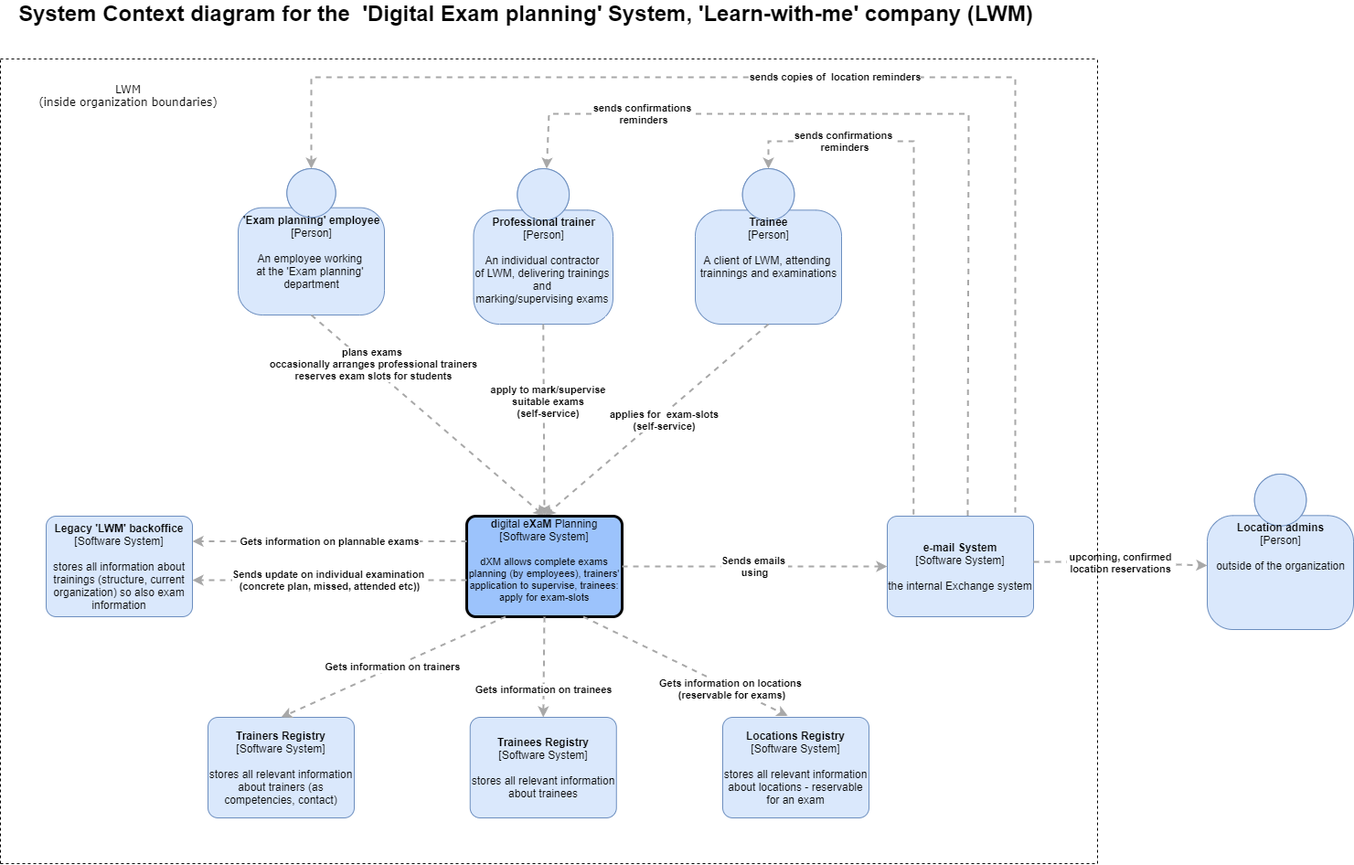
Before: system-context-diagram-dxm.png, a diagram exported from draw.io (andreea-anastasescu/school-of-architecture). Source tidied: cells renumbered, new cells last; positions are measured from the earlier drawing's top-left corner, leaving out a move shared by most shapes.
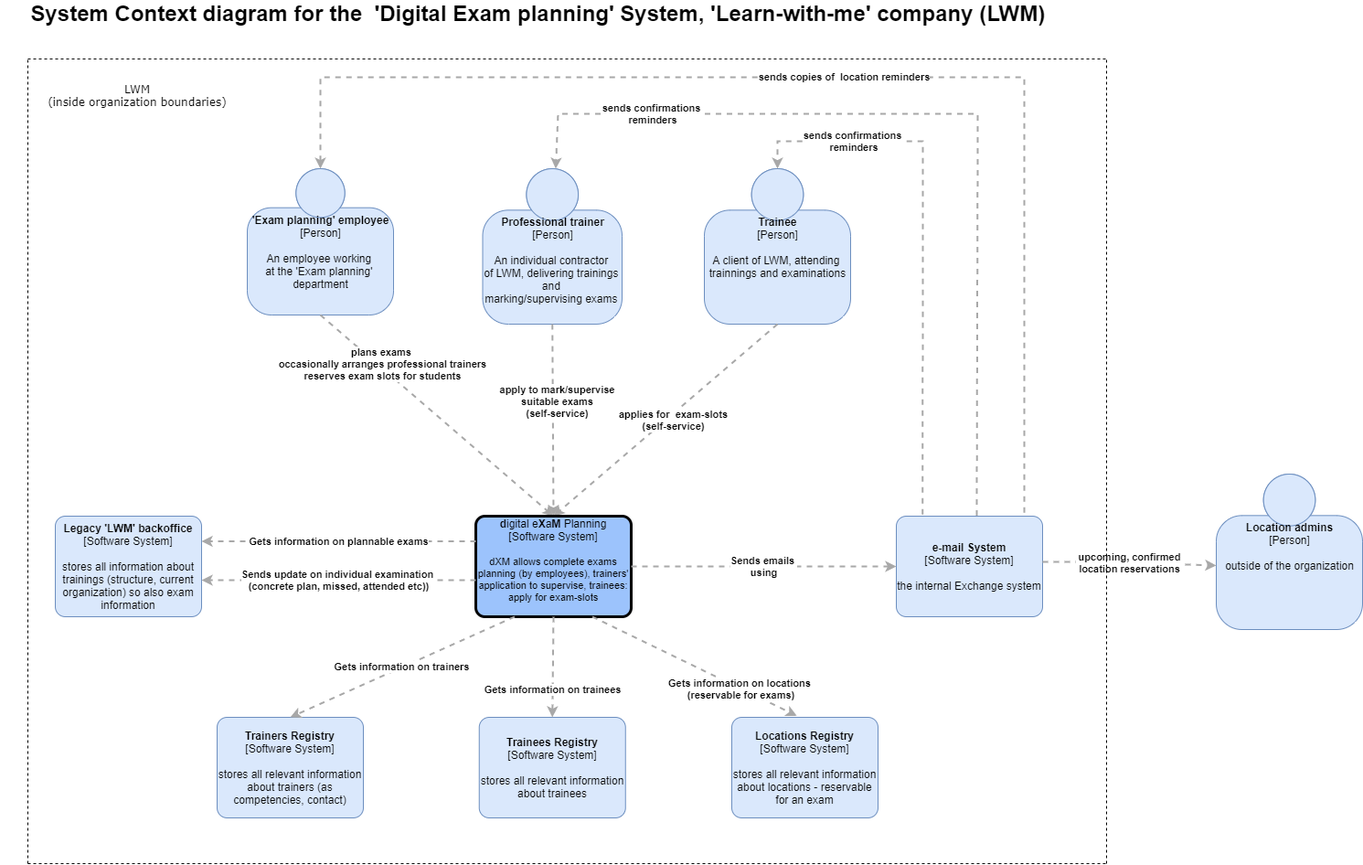
The same file after the commit.

The edit, as a diff of the source:
```diff
@@ -8,8 +8,8 @@
     <mxCell id="3" value="&lt;div style=&quot;text-align: left&quot;&gt;&lt;div style=&quot;text-align: center&quot;&gt;&lt;b&gt;plans exams&amp;nbsp;&lt;/b&gt;&lt;/div&gt;&lt;div style=&quot;text-align: center&quot;&gt;&lt;b&gt;occasionally arranges professional trainers&lt;/b&gt;&lt;/div&gt;&lt;div style=&quot;text-align: center&quot;&gt;&lt;b&gt;reserves exam slots for students&lt;/b&gt;&lt;/div&gt;&lt;/div&gt;" style="edgeStyle=none;rounded=0;html=1;jettySize=auto;strokeColor=#A8A8A8;strokeWidth=2;fontColor=#000000;jumpStyle=none;dashed=1;exitX=0.5;exitY=1;exitDx=0;exitDy=0;exitPerimeter=0;entryX=0.5;entryY=0;entryDx=0;entryDy=0;entryPerimeter=0;" parent="1" edge="1" source="2" target="9">
       <mxGeometry x="-0.49" y="4" relative="1" as="geometry" />
     </mxCell>
-    <mxCell id="4" value="&lt;b style=&quot;font-size: 24px&quot;&gt;&lt;font face=&quot;Helvetica&quot; style=&quot;font-size: 24px&quot;&gt;System Context diagram for the&amp;nbsp; 'Digital Exam planning' System, &lt;font style=&quot;font-size: 24px&quot;&gt;'Learn-with-me' company (LWM)&lt;/font&gt;&lt;/font&gt;&lt;/b&gt;" style="text;html=1;strokeColor=none;fillColor=none;align=center;verticalAlign=middle;whiteSpace=wrap;rounded=0;fontFamily=Verdana;" parent="1" vertex="1">
-      <mxGeometry x="10" width="1130" height="20" as="geometry" />
+    <mxCell id="4" value="&lt;b style=&quot;font-size: 24px&quot;&gt;&lt;font face=&quot;Helvetica&quot; style=&quot;font-size: 24px&quot;&gt;&amp;nbsp; &amp;nbsp; System Context diagram for the&amp;nbsp; 'Digital Exam planning' System, &lt;font style=&quot;font-size: 24px&quot;&gt;'Learn-with-me' company (LWM)&lt;/font&gt;&lt;/font&gt;&lt;/b&gt;" style="text;html=1;strokeColor=none;fillColor=none;align=center;verticalAlign=middle;whiteSpace=wrap;rounded=0;fontFamily=Verdana;" parent="1" vertex="1">
+      <mxGeometry x="-10" width="1150" height="20" as="geometry" />
     </mxCell>
     <mxCell id="5" value="&lt;b&gt;Professional trainer&lt;/b&gt;&lt;br&gt;&lt;div&gt;[Person]&lt;/div&gt;&lt;br&gt;&lt;div&gt;An individual contractor&amp;nbsp;&lt;/div&gt;&lt;div&gt;of LWM, delivering trainings&amp;nbsp;&lt;/div&gt;&lt;div&gt;and&amp;nbsp;&lt;/div&gt;&lt;div&gt;marking/supervising exams&amp;nbsp;&lt;br&gt;&lt;/div&gt;&lt;div&gt;&lt;br&gt;&lt;/div&gt;" style="html=1;dashed=0;whitespace=wrap;fillColor=#DAE8FC;strokeColor=#6C8EBF;shape=mxgraph.c4.person;align=center;points=[[0.5,0,0],[1,0.5,0],[1,0.75,0],[0.75,1,0],[0.5,1,0],[0.25,1,0],[0,0.75,0],[0,0.5,0]];verticalAlign=top;" parent="1" vertex="1">
       <mxGeometry x="517.5" y="180" width="152.5" height="170" as="geometry" />
@@ -102,19 +102,19 @@
     </mxCell>
     <mxCell id="26" style="endArrow=none;dashed=1;html=1;fontFamily=Verdana;" parent="1" edge="1">
       <mxGeometry relative="1" as="geometry">
-        <mxPoint y="940" as="sourcePoint" />
-        <mxPoint y="60" as="targetPoint" />
+        <mxPoint x="20" y="940" as="sourcePoint" />
+        <mxPoint x="20" y="60" as="targetPoint" />
       </mxGeometry>
     </mxCell>
     <mxCell id="27" style="endArrow=none;dashed=1;html=1;fontFamily=Verdana;" parent="1" edge="1">
       <mxGeometry relative="1" as="geometry">
-        <mxPoint y="60" as="sourcePoint" />
+        <mxPoint x="20" y="60" as="sourcePoint" />
         <mxPoint x="1200" y="60" as="targetPoint" />
       </mxGeometry>
     </mxCell>
     <mxCell id="28" style="endArrow=none;dashed=1;html=1;fontFamily=Verdana;" parent="1" edge="1">
       <mxGeometry relative="1" as="geometry">
-        <mxPoint y="940" as="sourcePoint" />
+        <mxPoint x="20" y="940" as="sourcePoint" />
         <mxPoint x="1200" y="940" as="targetPoint" />
       </mxGeometry>
     </mxCell>
```
